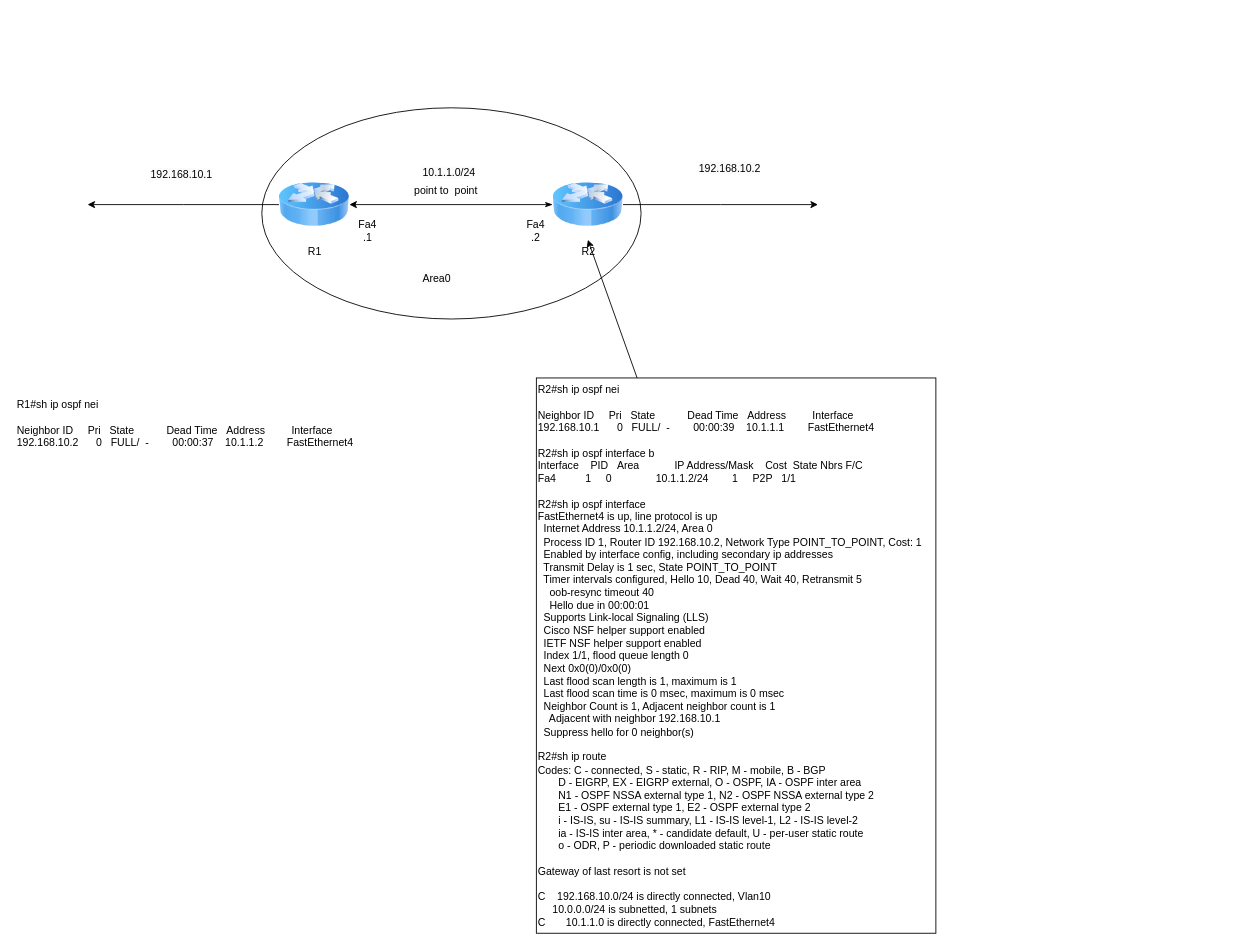
Earlier version of the draw.io diagram page "point to point" (4 of 4) of OSPF.drawio (kyforprogram/ccna). Source tidied: cells renumbered, new cells numbered last; positions are measured from the earlier drawing's top-left corner, leaving out a move shared by most shapes. Both pictures are drawn from the tidied source at 88%, with x=0, y=0 at pixel (15, 107).
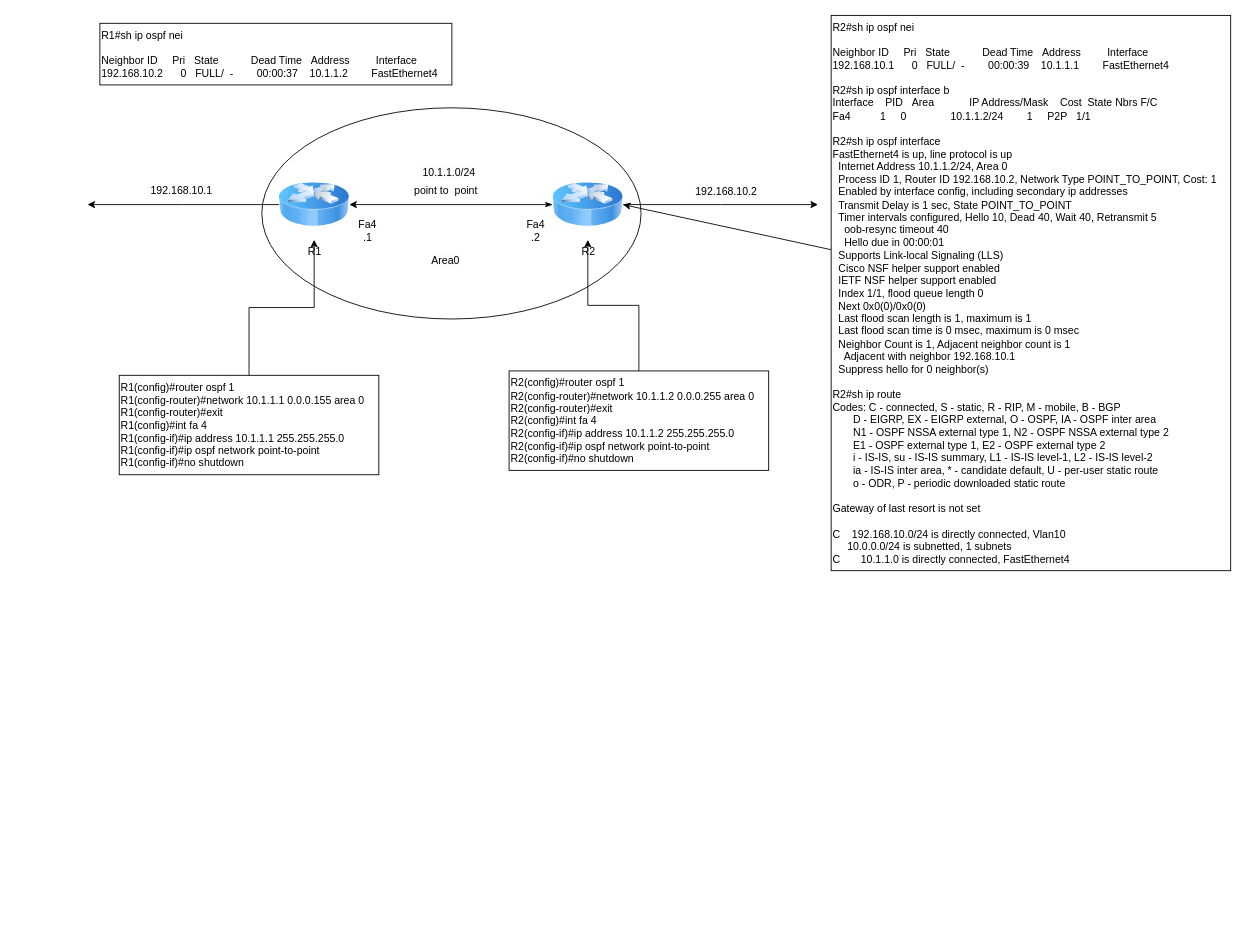
The same page after the edit.

Commit message:
OSPF.drawio を更新します

Unchanged cells that the change refers to:
```xml
<mxCell id="4" value="R1" style="image;html=1;image=img/lib/clip_art/networking/Router_Icon_128x128.png;" parent="1" vertex="1">
  <mxGeometry x="299.5" y="70" width="80" height="80" as="geometry" />
</mxCell>
<mxCell id="7" value="R2" style="image;html=1;image=img/lib/clip_art/networking/Router_Icon_128x128.png;" parent="1" vertex="1">
  <mxGeometry x="610.5" y="70" width="80" height="80" as="geometry" />
</mxCell>
```

What changed in the source:
```diff
@@
     <mxCell id="11" value="&lt;span style=&quot;color: rgb(0, 0, 0); font-family: Helvetica; font-size: 12px; font-style: normal; font-variant-ligatures: normal; font-variant-caps: normal; font-weight: 400; letter-spacing: normal; orphans: 2; text-align: center; text-indent: 0px; text-transform: none; widows: 2; word-spacing: 0px; -webkit-text-stroke-width: 0px; background-color: rgb(251, 251, 251); text-decoration-thickness: initial; text-decoration-style: initial; text-decoration-color: initial; float: none; display: inline !important;&quot;&gt;Area0&lt;/span&gt;" style="text;whiteSpace=wrap;html=1;" parent="1" vertex="1">
-      <mxGeometry x="460.5" y="180" width="70" height="30" as="geometry" />
+      <mxGeometry x="471" y="160" width="41" height="30" as="geometry" />
     </mxCell>
@@
     <mxCell id="13" value="&lt;span style=&quot;color: rgb(0, 0, 0); font-family: Helvetica; font-size: 12px; font-style: normal; font-variant-ligatures: normal; font-variant-caps: normal; font-weight: 400; letter-spacing: normal; orphans: 2; text-align: center; text-indent: 0px; text-transform: none; widows: 2; word-spacing: 0px; -webkit-text-stroke-width: 0px; background-color: rgb(251, 251, 251); text-decoration-thickness: initial; text-decoration-style: initial; text-decoration-color: initial; float: none; display: inline !important;&quot;&gt;192.168.10.2&lt;/span&gt;" style="text;whiteSpace=wrap;html=1;" parent="1" vertex="1">
-      <mxGeometry x="775" y="55" width="70" height="30" as="geometry" />
+      <mxGeometry x="771" y="82" width="70" height="30" as="geometry" />
     </mxCell>
     <mxCell id="14" value="&lt;span style=&quot;color: rgb(0, 0, 0); font-family: Helvetica; font-size: 12px; font-style: normal; font-variant-ligatures: normal; font-variant-caps: normal; font-weight: 400; letter-spacing: normal; orphans: 2; text-align: center; text-indent: 0px; text-transform: none; widows: 2; word-spacing: 0px; -webkit-text-stroke-width: 0px; background-color: rgb(251, 251, 251); text-decoration-thickness: initial; text-decoration-style: initial; text-decoration-color: initial; float: none; display: inline !important;&quot;&gt;192.168.10.1&lt;/span&gt;" style="text;whiteSpace=wrap;html=1;" parent="1" vertex="1">
-      <mxGeometry x="152" y="62" width="70" height="30" as="geometry" />
+      <mxGeometry x="152" y="80" width="70" height="30" as="geometry" />
     </mxCell>
-    <mxCell id="15" value="&lt;div&gt;R1#sh ip ospf nei&lt;/div&gt;&lt;div&gt;&lt;br&gt;&lt;/div&gt;&lt;div&gt;Neighbor ID&amp;nbsp; &amp;nbsp; &amp;nbsp;Pri&amp;nbsp; &amp;nbsp;State&amp;nbsp; &amp;nbsp; &amp;nbsp; &amp;nbsp; &amp;nbsp; &amp;nbsp;Dead Time&amp;nbsp; &amp;nbsp;Address&amp;nbsp; &amp;nbsp; &amp;nbsp; &amp;nbsp; &amp;nbsp;Interface&lt;/div&gt;&lt;div style=&quot;&quot;&gt;192.168.10.2&amp;nbsp; &amp;nbsp; &amp;nbsp; 0&amp;nbsp; &amp;nbsp;FULL/&amp;nbsp; -&amp;nbsp; &amp;nbsp; &amp;nbsp; &amp;nbsp; 00:00:37&amp;nbsp; &amp;nbsp; 10.1.1.2&amp;nbsp; &amp;nbsp; &amp;nbsp; &amp;nbsp; FastEthernet4&lt;/div&gt;" style="text;html=1;align=left;verticalAlign=middle;strokeColor=none;fillColor=none;" parent="1" vertex="1">
-      <mxGeometry y="324" width="400" height="70" as="geometry" />
+    <mxCell id="15" value="&lt;div&gt;R1#sh ip ospf nei&lt;/div&gt;&lt;div&gt;&lt;br&gt;&lt;/div&gt;&lt;div&gt;Neighbor ID&amp;nbsp; &amp;nbsp; &amp;nbsp;Pri&amp;nbsp; &amp;nbsp;State&amp;nbsp; &amp;nbsp; &amp;nbsp; &amp;nbsp; &amp;nbsp; &amp;nbsp;Dead Time&amp;nbsp; &amp;nbsp;Address&amp;nbsp; &amp;nbsp; &amp;nbsp; &amp;nbsp; &amp;nbsp;Interface&lt;/div&gt;&lt;div style=&quot;&quot;&gt;192.168.10.2&amp;nbsp; &amp;nbsp; &amp;nbsp; 0&amp;nbsp; &amp;nbsp;FULL/&amp;nbsp; -&amp;nbsp; &amp;nbsp; &amp;nbsp; &amp;nbsp; 00:00:37&amp;nbsp; &amp;nbsp; 10.1.1.2&amp;nbsp; &amp;nbsp; &amp;nbsp; &amp;nbsp; FastEthernet4&lt;/div&gt;" style="text;html=1;align=left;verticalAlign=middle;strokeColor=default;fillColor=none;" parent="1" vertex="1">
+      <mxGeometry x="96" y="-96" width="400" height="70" as="geometry" />
     </mxCell>
-    <mxCell id="16" style="rounded=0;jettySize=auto;html=1;entryX=0.5;entryY=1;entryDx=0;entryDy=0;" parent="1" edge="1" source="17" target="7">
+    <mxCell id="16" style="rounded=0;jettySize=auto;html=1;entryX=1;entryY=0.5;entryDx=0;entryDy=0;" parent="1" edge="1" source="17" target="7">
       <mxGeometry relative="1" as="geometry" />
     </mxCell>
     <mxCell id="17" value="&lt;div&gt;R2#sh ip ospf nei&lt;/div&gt;&lt;div&gt;&lt;br&gt;&lt;/div&gt;&lt;div&gt;Neighbor ID&amp;nbsp; &amp;nbsp; &amp;nbsp;Pri&amp;nbsp; &amp;nbsp;State&amp;nbsp; &amp;nbsp; &amp;nbsp; &amp;nbsp; &amp;nbsp; &amp;nbsp;Dead Time&amp;nbsp; &amp;nbsp;Address&amp;nbsp; &amp;nbsp; &amp;nbsp; &amp;nbsp; &amp;nbsp;Interface&lt;/div&gt;&lt;div&gt;192.168.10.1&amp;nbsp; &amp;nbsp; &amp;nbsp; 0&amp;nbsp; &amp;nbsp;FULL/&amp;nbsp; -&amp;nbsp; &amp;nbsp; &amp;nbsp; &amp;nbsp; 00:00:39&amp;nbsp; &amp;nbsp; 10.1.1.1&amp;nbsp; &amp;nbsp; &amp;nbsp; &amp;nbsp; FastEthernet4&lt;/div&gt;&lt;div&gt;&lt;div&gt;&lt;br&gt;&lt;/div&gt;&lt;div&gt;R2#sh ip ospf interface b&lt;/div&gt;&lt;div&gt;Interface&amp;nbsp; &amp;nbsp; PID&amp;nbsp; &amp;nbsp;Area&amp;nbsp; &amp;nbsp; &amp;nbsp; &amp;nbsp; &amp;nbsp; &amp;nbsp; IP Address/Mask&amp;nbsp; &amp;nbsp; Cost&amp;nbsp; State Nbrs F/C&lt;/div&gt;&lt;div&gt;Fa4&amp;nbsp; &amp;nbsp; &amp;nbsp; &amp;nbsp; &amp;nbsp; 1&amp;nbsp; &amp;nbsp; &amp;nbsp;0&amp;nbsp; &amp;nbsp; &amp;nbsp; &amp;nbsp; &amp;nbsp; &amp;nbsp; &amp;nbsp; &amp;nbsp;10.1.1.2/24&amp;nbsp; &amp;nbsp; &amp;nbsp; &amp;nbsp; 1&amp;nbsp; &amp;nbsp; &amp;nbsp;P2P&amp;nbsp; &amp;nbsp;1/1&lt;/div&gt;&lt;/div&gt;&lt;div&gt;&lt;br&gt;&lt;/div&gt;&lt;div&gt;&lt;div&gt;&lt;span style=&quot;background-color: initial;&quot;&gt;R2#sh ip ospf interface&lt;/span&gt;&lt;br&gt;&lt;/div&gt;&lt;div&gt;FastEthernet4 is up, line protocol is up&lt;/div&gt;&lt;div&gt;&amp;nbsp; Internet Address 10.1.1.2/24, Area 0&lt;/div&gt;&lt;div&gt;&amp;nbsp; Process ID 1, Router ID 192.168.10.2, Network Type POINT_TO_POINT, Cost: 1&lt;/div&gt;&lt;div&gt;&amp;nbsp; Enabled by interface config, including secondary ip addresses&lt;/div&gt;&lt;div&gt;&amp;nbsp; Transmit Delay is 1 sec, State POINT_TO_POINT&lt;/div&gt;&lt;div&gt;&amp;nbsp; Timer intervals configured, Hello 10, Dead 40, Wait 40, Retransmit 5&lt;/div&gt;&lt;div&gt;&amp;nbsp; &amp;nbsp; oob-resync timeout 40&lt;/div&gt;&lt;div&gt;&amp;nbsp; &amp;nbsp; Hello due in 00:00:01&lt;/div&gt;&lt;div&gt;&amp;nbsp; Supports Link-local Signaling (LLS)&lt;/div&gt;&lt;div&gt;&amp;nbsp; Cisco NSF helper support enabled&lt;/div&gt;&lt;div&gt;&amp;nbsp; IETF NSF helper support enabled&lt;/div&gt;&lt;div&gt;&amp;nbsp; Index 1/1, flood queue length 0&lt;/div&gt;&lt;div&gt;&amp;nbsp; Next 0x0(0)/0x0(0)&lt;/div&gt;&lt;div&gt;&amp;nbsp; Last flood scan length is 1, maximum is 1&lt;/div&gt;&lt;div&gt;&amp;nbsp; Last flood scan time is 0 msec, maximum is 0 msec&lt;/div&gt;&lt;div&gt;&amp;nbsp; Neighbor Count is 1, Adjacent neighbor count is 1&lt;/div&gt;&lt;div&gt;&amp;nbsp; &amp;nbsp; Adjacent with neighbor 192.168.10.1&lt;/div&gt;&lt;div&gt;&amp;nbsp; Suppress hello for 0 neighbor(s)&lt;/div&gt;&lt;/div&gt;&lt;div&gt;&lt;br&gt;&lt;/div&gt;&lt;div&gt;&lt;div&gt;R2#sh ip route&lt;/div&gt;&lt;div&gt;Codes: C - connected, S - static, R - RIP, M - mobile, B - BGP&lt;/div&gt;&lt;div&gt;&amp;nbsp; &amp;nbsp; &amp;nbsp; &amp;nbsp;D - EIGRP, EX - EIGRP external, O - OSPF, IA - OSPF inter area&lt;/div&gt;&lt;div&gt;&amp;nbsp; &amp;nbsp; &amp;nbsp; &amp;nbsp;N1 - OSPF NSSA external type 1, N2 - OSPF NSSA external type 2&lt;/div&gt;&lt;div&gt;&amp;nbsp; &amp;nbsp; &amp;nbsp; &amp;nbsp;E1 - OSPF external type 1, E2 - OSPF external type 2&lt;/div&gt;&lt;div&gt;&amp;nbsp; &amp;nbsp; &amp;nbsp; &amp;nbsp;i - IS-IS, su - IS-IS summary, L1 - IS-IS level-1, L2 - IS-IS level-2&lt;/div&gt;&lt;div&gt;&amp;nbsp; &amp;nbsp; &amp;nbsp; &amp;nbsp;ia - IS-IS inter area, * - candidate default, U - per-user static route&lt;/div&gt;&lt;div&gt;&amp;nbsp; &amp;nbsp; &amp;nbsp; &amp;nbsp;o - ODR, P - periodic downloaded static route&lt;/div&gt;&lt;div&gt;&lt;br&gt;&lt;/div&gt;&lt;div&gt;Gateway of last resort is not set&lt;/div&gt;&lt;div&gt;&lt;br&gt;&lt;/div&gt;&lt;div&gt;C&amp;nbsp; &amp;nbsp; 192.168.10.0/24 is directly connected, Vlan10&lt;/div&gt;&lt;div&gt;&amp;nbsp; &amp;nbsp; &amp;nbsp;10.0.0.0/24 is subnetted, 1 subnets&lt;/div&gt;&lt;div&gt;C&amp;nbsp; &amp;nbsp; &amp;nbsp; &amp;nbsp;10.1.1.0 is directly connected, FastEthernet4&lt;/div&gt;&lt;/div&gt;" style="text;html=1;align=left;verticalAlign=middle;points=[];fillColor=none;strokeColor=default;" parent="1" vertex="1">
-      <mxGeometry x="592" y="307" width="454" height="631" as="geometry" />
+      <mxGeometry x="927" y="-105" width="454" height="631" as="geometry" />
     </mxCell>
+    <mxCell id="18" style="edgeStyle=orthogonalEdgeStyle;rounded=0;jettySize=auto;html=1;" parent="1" edge="1" source="19" target="7">
+      <mxGeometry relative="1" as="geometry" />
+    </mxCell>
+    <mxCell id="19" value="&lt;div&gt;R2(config)#router ospf 1&lt;/div&gt;&lt;div&gt;&lt;span style=&quot;background-color: initial;&quot;&gt;R2(config-router)#network 10.1.1.2 0.0.0.255 area 0&lt;/span&gt;&lt;br&gt;&lt;/div&gt;&lt;div&gt;R2(config-router)#exit&lt;/div&gt;&lt;div&gt;&lt;div&gt;R2(config)#int fa 4&lt;/div&gt;&lt;div&gt;R2(config-if)#ip address 10.1.1.2 255.255.255.0&lt;/div&gt;&lt;div&gt;R2(config-if)#ip ospf network point-to-point&lt;br&gt;&lt;/div&gt;&lt;div&gt;R2(config-if)#no shutdown&lt;/div&gt;&lt;/div&gt;" style="text;html=1;align=left;verticalAlign=middle;points=[];strokeColor=default;fillColor=none;" parent="1" vertex="1">
+      <mxGeometry x="561" y="299" width="295" height="113" as="geometry" />
+    </mxCell>
+    <mxCell id="20" style="edgeStyle=orthogonalEdgeStyle;rounded=0;jettySize=auto;html=1;" parent="1" edge="1" source="21" target="4">
+      <mxGeometry relative="1" as="geometry" />
+    </mxCell>
+    <mxCell id="21" value="&lt;div&gt;R1(config)#router ospf 1&lt;/div&gt;&lt;div&gt;R1(config-router)#network 10.1.1.1 0.0.0.155 area 0&lt;/div&gt;&lt;div&gt;R1(config-router)#exit&lt;/div&gt;&lt;div&gt;R1(config)#int fa 4&lt;/div&gt;&lt;div&gt;R1(config-if)#ip address 10.1.1.1 255.255.255.0&lt;/div&gt;&lt;div&gt;R1(config-if)#ip ospf network point-to-point&lt;/div&gt;&lt;div&gt;R1(config-if)#no shutdown&lt;/div&gt;" style="text;html=1;align=left;verticalAlign=middle;points=[];strokeColor=default;fillColor=none;" parent="1" vertex="1">
+      <mxGeometry x="118" y="304" width="295" height="113" as="geometry" />
+    </mxCell>
```
